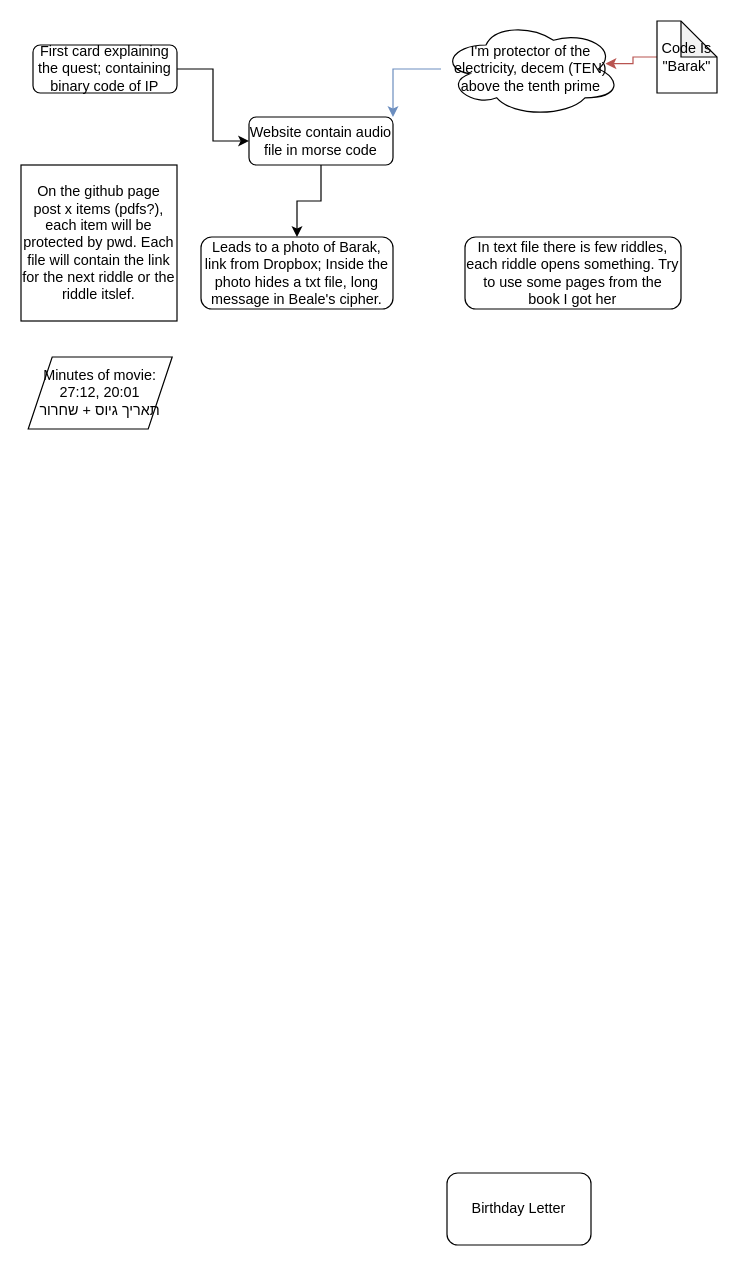
ChefAharoni/Ciphers keeps this draw.io diagram as Riddle Plan Diagram.drawio. Above is the earlier version. Source tidied: cells renumbered, new cells numbered last; positions are measured from the earlier drawing's top-left corner, leaving out a move shared by most shapes. Both pictures are drawn from the tidied source at 120%, with x=0, y=0 at pixel (20, 20).
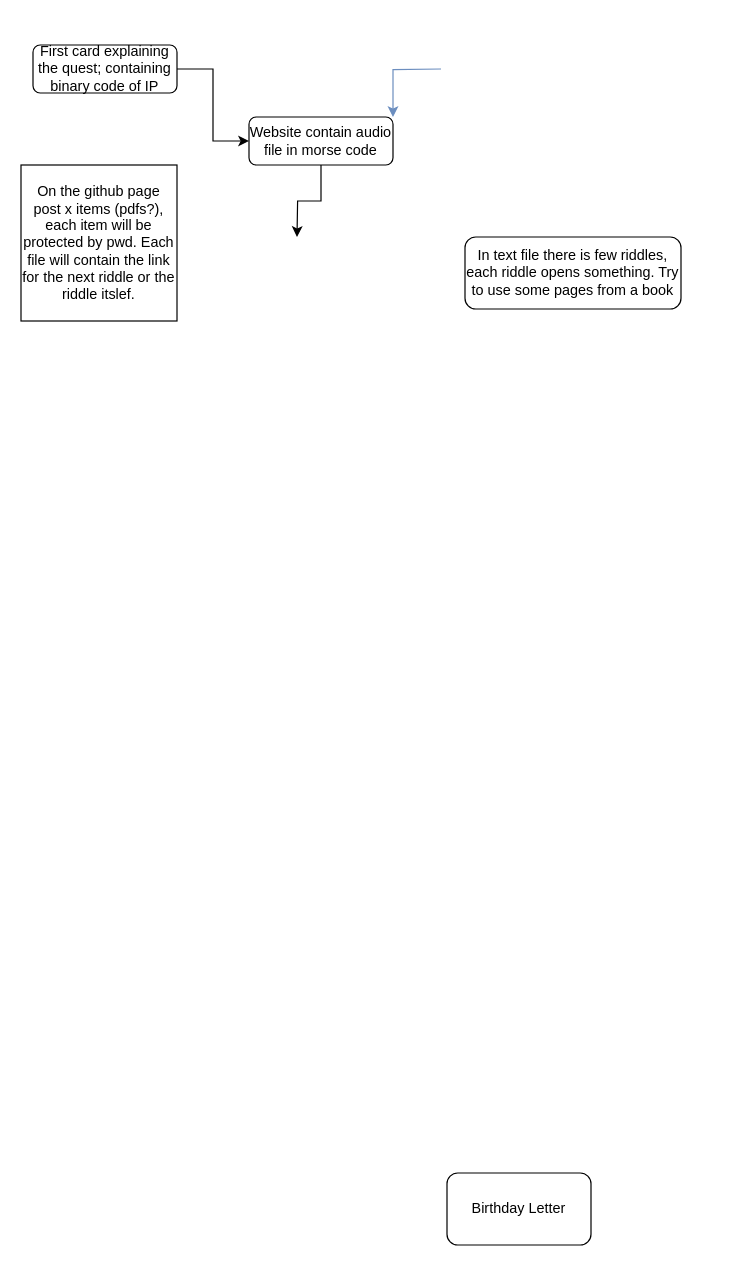
Above is the later version.

Commit message (it also covers changes not shown here):
Deleted unrelated files and updated the riddle plan to be more general - it is however not complete! Added type hints to BookEncrypt.py, more type hints should be added to other files.

The edit, as a diff of the source:
```diff
@@
 <mxGraphModel>
   <root>
     <mxCell id="0" />
     <mxCell id="1" parent="0" />
     <mxCell id="2" value="Birthday Letter" style="rounded=1;whiteSpace=wrap;html=1;" parent="1" vertex="1">
       <mxGeometry x="355" y="960" width="120" height="60" as="geometry" />
     </mxCell>
     <mxCell id="3" style="edgeStyle=orthogonalEdgeStyle;rounded=0;jettySize=auto;html=1;entryX=0;entryY=0.5;entryDx=0;entryDy=0;" parent="1" edge="1" source="4" target="6">
       <mxGeometry relative="1" as="geometry" />
     </mxCell>
     <mxCell id="4" value="First card explaining the quest; containing binary code of IP" style="rounded=1;whiteSpace=wrap;html=1;" parent="1" vertex="1">
       <mxGeometry x="10" y="20" width="120" height="40" as="geometry" />
     </mxCell>
-    <mxCell id="5" style="edgeStyle=orthogonalEdgeStyle;rounded=0;jettySize=auto;html=1;entryX=0.5;entryY=0;entryDx=0;entryDy=0;" parent="1" edge="1" source="6" target="7">
-      <mxGeometry relative="1" as="geometry" />
+    <mxCell id="5" style="edgeStyle=orthogonalEdgeStyle;rounded=0;jettySize=auto;html=1;entryX=0.5;entryY=0;entryDx=0;entryDy=0;" parent="1" edge="1" source="6">
+      <mxGeometry relative="1" as="geometry">
+        <mxPoint x="230" y="180" as="targetPoint" />
+      </mxGeometry>
     </mxCell>
     <mxCell id="6" value="Website contain audio file in morse code" style="rounded=1;whiteSpace=wrap;html=1;" parent="1" vertex="1">
       <mxGeometry x="190" y="80" width="120" height="40" as="geometry" />
     </mxCell>
-    <mxCell id="7" value="Leads to a photo of Barak, link from Dropbox; Inside the photo hides a txt file, long message in Beale's cipher." style="rounded=1;whiteSpace=wrap;html=1;" parent="1" vertex="1">
-      <mxGeometry x="150" y="180" width="160" height="60" as="geometry" />
-    </mxCell>
-    <mxCell id="8" style="edgeStyle=orthogonalEdgeStyle;rounded=0;jettySize=auto;html=1;entryX=1;entryY=0;entryDx=0;entryDy=0;fillColor=#dae8fc;strokeColor=#6c8ebf;" parent="1" edge="1" source="9" target="6">
-      <mxGeometry relative="1" as="geometry" />
+    <mxCell id="8" style="edgeStyle=orthogonalEdgeStyle;rounded=0;jettySize=auto;html=1;entryX=1;entryY=0;entryDx=0;entryDy=0;fillColor=#dae8fc;strokeColor=#6c8ebf;" parent="1" edge="1" target="6">
+      <mxGeometry relative="1" as="geometry">
+        <mxPoint x="350" y="40" as="sourcePoint" />
+      </mxGeometry>
     </mxCell>
-    <mxCell id="9" value="I'm protector of the electricity, decem (TEN) above the tenth prime" style="ellipse;shape=cloud;whiteSpace=wrap;html=1;" parent="1" vertex="1">
-      <mxGeometry x="350" width="150" height="80" as="geometry" />
-    </mxCell>
-    <mxCell id="10" style="edgeStyle=orthogonalEdgeStyle;rounded=0;jettySize=auto;html=1;entryX=0.914;entryY=0.444;entryDx=0;entryDy=0;entryPerimeter=0;fillColor=#f8cecc;strokeColor=#b85450;" parent="1" edge="1" source="11" target="9">
-      <mxGeometry relative="1" as="geometry" />
-    </mxCell>
-    <mxCell id="11" value="Code Is &quot;Barak&quot;" style="shape=note;whiteSpace=wrap;html=1;backgroundOutline=1;darkOpacity=0.05;" parent="1" vertex="1">
-      <mxGeometry x="530" width="50" height="60" as="geometry" />
-    </mxCell>
-    <mxCell id="12" value="In text file there is few riddles, each riddle opens something. Try to use some pages from the book I got her" style="rounded=1;whiteSpace=wrap;html=1;" parent="1" vertex="1">
+    <mxCell id="12" value="In text file there is few riddles, each riddle opens something. Try to use some pages from a book" style="rounded=1;whiteSpace=wrap;html=1;" parent="1" vertex="1">
       <mxGeometry x="370" y="180" width="180" height="60" as="geometry" />
     </mxCell>
     <mxCell id="13" value="On the github page post x items (pdfs?), each item will be protected by pwd. Each file will contain the link for the next riddle or the riddle itslef." style="whiteSpace=wrap;html=1;" parent="1" vertex="1">
       <mxGeometry y="120" width="130" height="130" as="geometry" />
     </mxCell>
-    <mxCell id="14" value="Minutes of movie:&lt;br&gt;27:12, 20:01&lt;br&gt;תאריך גיוס + שחרור" style="shape=parallelogram;perimeter=parallelogramPerimeter;whiteSpace=wrap;html=1;fixedSize=1;" parent="1" vertex="1">
-      <mxGeometry x="6" y="280" width="120" height="60" as="geometry" />
-    </mxCell>
   </root>
 </mxGraphModel>
```
